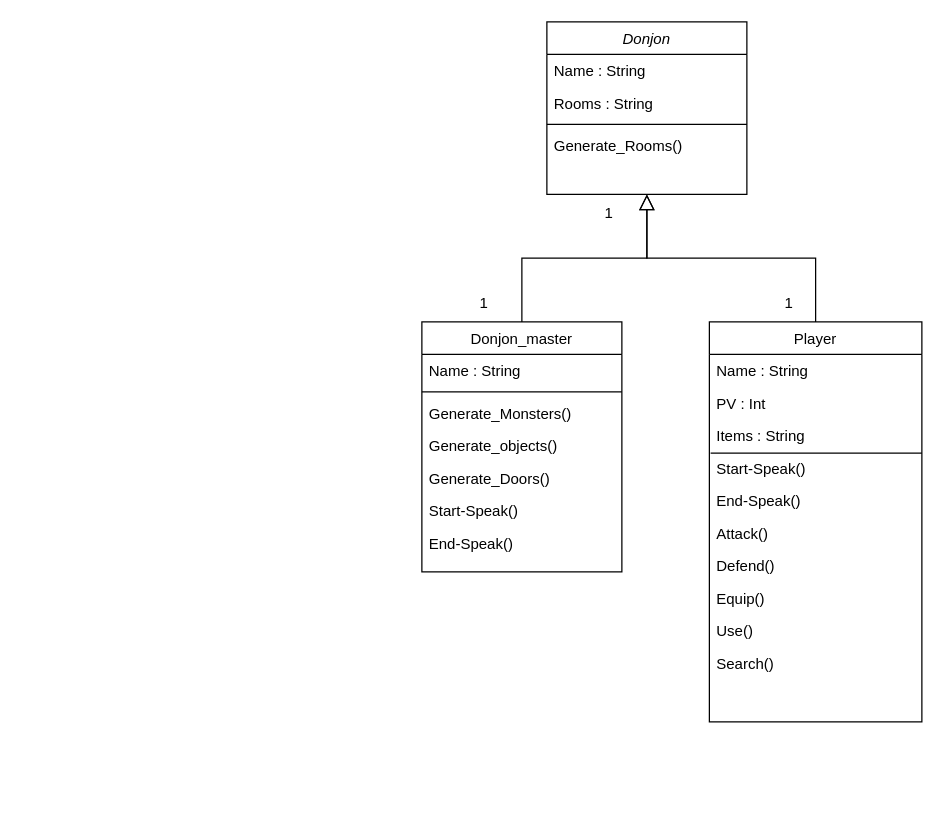
Earlier version of the draw.io diagram Diagramme de classe.drawio (Longuevville/DonjonQuest). Source tidied: cells renumbered, new cells numbered last; positions are measured from the earlier drawing's top-left corner, leaving out a move shared by most shapes. Both pictures are drawn from the tidied source at 125%, with x=0, y=0 at pixel (421, 21).
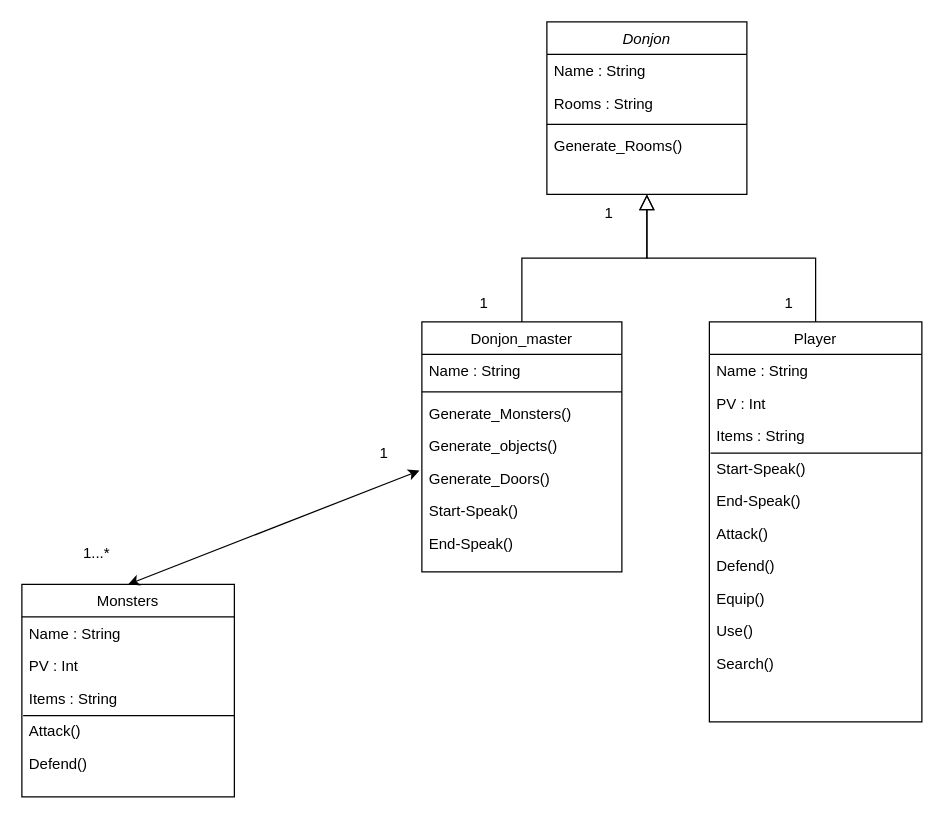
The same diagram, later.

Commit message:
Diagramme de classe ajout Monsters.drawio

The change refers to these unchanged cells:
```xml
<mxCell id="12" value="Generate_Doors()" style="text;align=left;verticalAlign=top;spacingLeft=4;spacingRight=4;overflow=hidden;points=[[0,0.5],[1,0.5]];portConstraint=eastwest;" parent="7" vertex="1">
  <mxGeometry y="112" width="160" height="26" as="geometry" />
</mxCell>
```

Diff of the diagram source:
```diff
@@
+    <mxCell id="32" value="Monsters" style="swimlane;fontStyle=0;align=center;verticalAlign=top;horizontal=1;startSize=26;rounded=0;shadow=0;strokeWidth=1;" parent="1" vertex="1">
+      <mxGeometry x="-320" y="450" width="170" height="170" as="geometry" />
+    </mxCell>
+    <mxCell id="33" value="Name : String" style="text;align=left;verticalAlign=top;spacingLeft=4;spacingRight=4;overflow=hidden;" parent="32" vertex="1">
+      <mxGeometry y="26" width="170" height="26" as="geometry" />
+    </mxCell>
+    <mxCell id="34" value="PV : Int" style="text;align=left;verticalAlign=top;spacingLeft=4;spacingRight=4;overflow=hidden;" parent="32" vertex="1">
+      <mxGeometry y="52" width="170" height="26" as="geometry" />
+    </mxCell>
+    <mxCell id="35" value="Items : String" style="text;align=left;verticalAlign=top;spacingLeft=4;spacingRight=4;overflow=hidden;" parent="32" vertex="1">
+      <mxGeometry y="78" width="170" height="26" as="geometry" />
+    </mxCell>
+    <mxCell id="36" value="Attack()" style="text;align=left;verticalAlign=top;spacingLeft=4;spacingRight=4;overflow=hidden;" parent="32" vertex="1">
+      <mxGeometry y="104" width="170" height="26" as="geometry" />
+    </mxCell>
+    <mxCell id="37" value="Defend()" style="text;align=left;verticalAlign=top;spacingLeft=4;spacingRight=4;overflow=hidden;" parent="32" vertex="1">
+      <mxGeometry y="130" width="170" height="26" as="geometry" />
+    </mxCell>
+    <mxCell id="38" style="endArrow=none;html=1;rounded=0;exitX=0.006;exitY=0.038;exitDx=0;exitDy=0;exitPerimeter=0;" parent="32" edge="1">
+      <mxGeometry relative="1" as="geometry">
+        <mxPoint x="1" y="105" as="sourcePoint" />
+        <mxPoint x="170" y="105" as="targetPoint" />
+      </mxGeometry>
+    </mxCell>
+    <mxCell id="39" style="endArrow=classic;startArrow=classic;html=1;rounded=0;exitX=0.5;exitY=0;exitDx=0;exitDy=0;entryX=-0.012;entryY=0.269;entryDx=0;entryDy=0;entryPerimeter=0;" parent="1" edge="1" source="32" target="12">
+      <mxGeometry relative="1" as="geometry" />
+    </mxCell>
+    <mxCell id="40" value="1" style="text;html=1;strokeColor=none;fillColor=none;align=center;verticalAlign=middle;whiteSpace=wrap;rounded=0;" parent="1" vertex="1">
+      <mxGeometry x="-60" y="330" width="60" height="30" as="geometry" />
+    </mxCell>
+    <mxCell id="41" value="1...*" style="text;html=1;strokeColor=none;fillColor=none;align=center;verticalAlign=middle;whiteSpace=wrap;rounded=0;" parent="1" vertex="1">
+      <mxGeometry x="-290" y="410" width="60" height="30" as="geometry" />
+    </mxCell>
```
